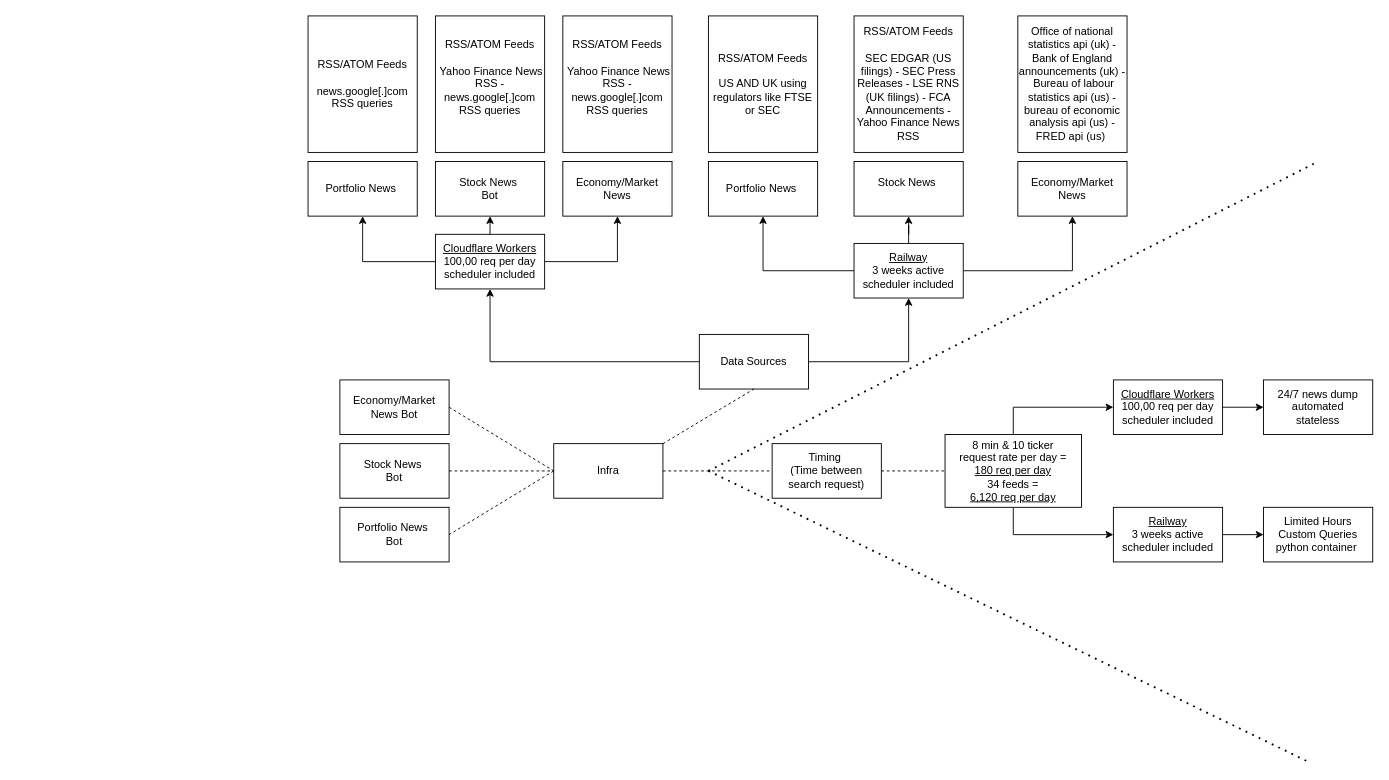
The draw.io diagram Diagrams/Stock_News_Bot_Infra.drawio in JackFurmy/Stck_Repo, before the edit. Source tidied: cells renumbered, new cells numbered last; positions are measured from the earlier drawing's top-left corner, leaving out a move shared by most shapes. Both pictures are drawn from the tidied source at 91%, with x=0, y=0 at pixel (308, 15).
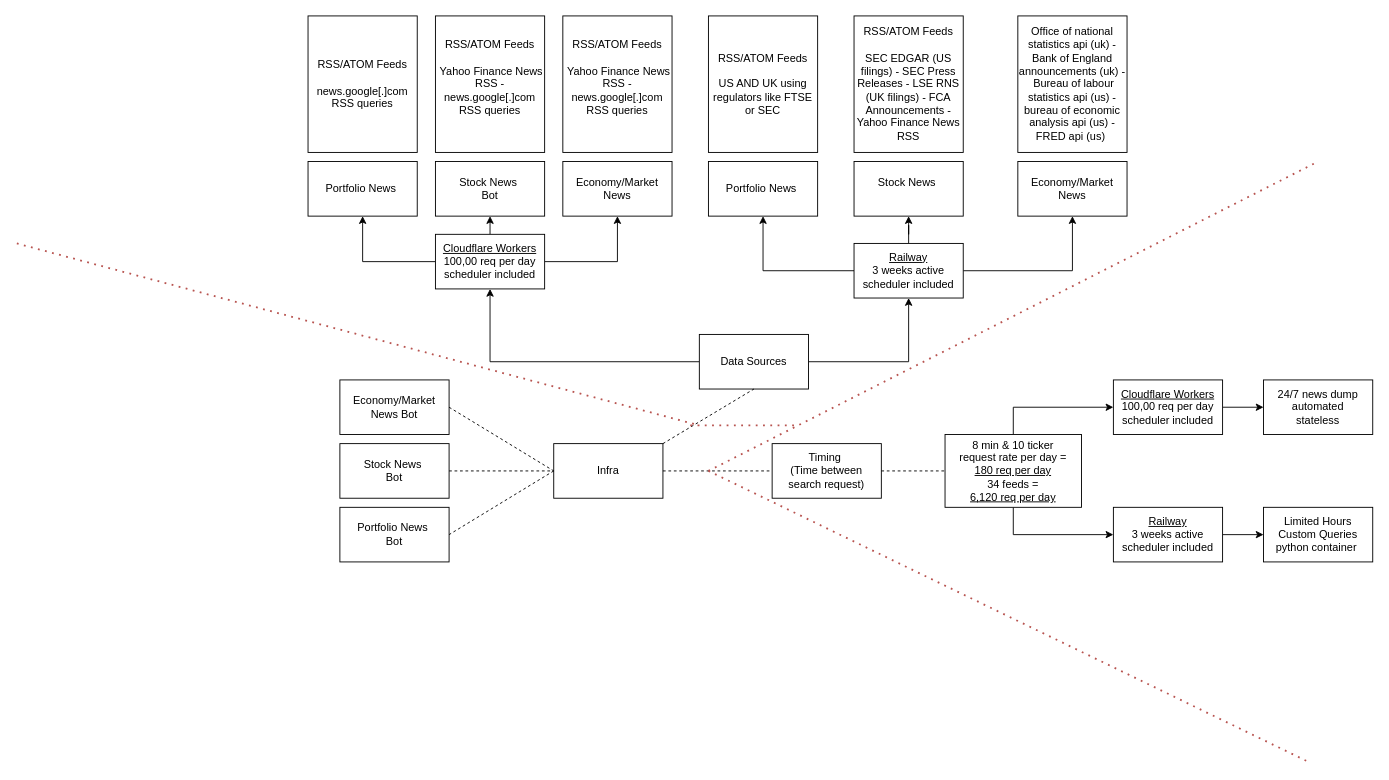
After the change.

Change to the diagram source:
```diff
@@
-    <mxCell id="17" style="endArrow=none;dashed=1;html=1;dashPattern=1 3;strokeWidth=2;rounded=0;" parent="1" edge="1">
+    <mxCell id="17" style="endArrow=none;dashed=1;html=1;dashPattern=1 3;strokeWidth=2;rounded=0;fillColor=#f8cecc;strokeColor=#b85450;" parent="1" edge="1">
       <mxGeometry relative="1" as="geometry">
         <mxPoint x="440" y="500" as="sourcePoint" />
         <mxPoint x="1110" y="160" as="targetPoint" />
       </mxGeometry>
     </mxCell>
-    <mxCell id="18" style="endArrow=none;dashed=1;html=1;dashPattern=1 3;strokeWidth=2;rounded=0;" parent="1" edge="1">
+    <mxCell id="18" style="endArrow=none;dashed=1;html=1;dashPattern=1 3;strokeWidth=2;rounded=0;fillColor=#f8cecc;strokeColor=#b85450;" parent="1" edge="1">
       <mxGeometry relative="1" as="geometry">
         <mxPoint x="440" y="500" as="sourcePoint" />
         <mxPoint x="1100" y="820" as="targetPoint" />
       </mxGeometry>
     </mxCell>
@@
+    <mxCell id="47" style="endArrow=none;dashed=1;html=1;dashPattern=1 3;strokeWidth=2;rounded=0;fillColor=#f8cecc;strokeColor=#b85450;" parent="1" edge="1">
+      <mxGeometry relative="1" as="geometry">
+        <mxPoint x="-320" y="250" as="sourcePoint" />
+        <mxPoint x="430" y="450" as="targetPoint" />
+      </mxGeometry>
+    </mxCell>
+    <mxCell id="48" style="endArrow=none;dashed=1;html=1;dashPattern=1 3;strokeWidth=2;rounded=0;fillColor=#f8cecc;strokeColor=#b85450;" parent="1" edge="1">
+      <mxGeometry relative="1" as="geometry">
+        <mxPoint x="420" y="450" as="sourcePoint" />
+        <mxPoint x="540" y="450" as="targetPoint" />
+      </mxGeometry>
+    </mxCell>
```
